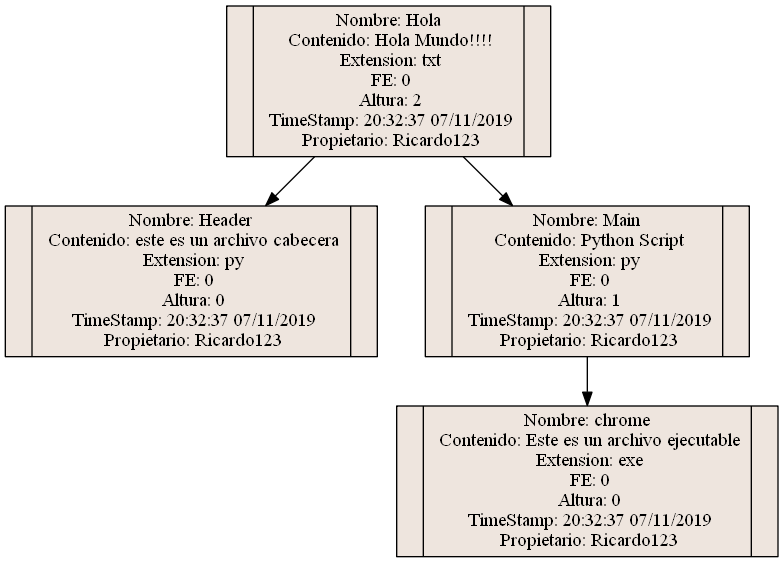
Earlier version of the Graphviz export Proyecto2/Avl.png (Eduardo01004/EDD_2S2019_PY2_201612124). Its source is kept beside it as Proyecto2/Avl.dot.
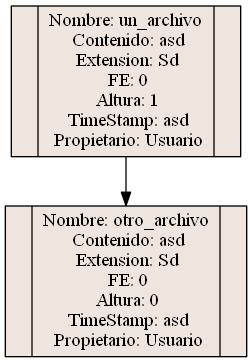
Above is the later version.

Diff of the diagram source:
```diff
@@ -4,11 +4,7 @@
 
 node [shape=record, style=filled,fillcolor=seashell2,width=0.7,height=0.2];
 
-Header[label="<C0>|Nombre: Header&#92;n Contenido: este es un archivo cabecera&#92;n Extension: py&#92;n FE: 0&#92;n Altura: 0&#92;n TimeStamp: 20:32:37 07/11/2019&#92;n Propietario: Ricardo123|<C1>"];
-Hola[label="<C0>|Nombre: Hola&#92;n Contenido: Hola Mundo!!!!&#92;n Extension: txt&#92;n FE: 0&#92;n Altura: 2&#92;n TimeStamp: 20:32:37 07/11/2019&#92;n Propietario: Ricardo123|<C1>"];
-Hola->Main
-Hola->Header
-Main[label="<C0>|Nombre: Main&#92;n Contenido: Python Script&#92;n Extension: py&#92;n FE: 0&#92;n Altura: 1&#92;n TimeStamp: 20:32:37 07/11/2019&#92;n Propietario: Ricardo123|<C1>"];
-Main->chrome
-chrome[label="<C0>|Nombre: chrome&#92;n Contenido: Este es un archivo ejecutable&#92;n Extension: exe&#92;n FE: 0&#92;n Altura: 0&#92;n TimeStamp: 20:32:37 07/11/2019&#92;n Propietario: Ricardo123|<C1>"];
+otro_archivo[label="<C0>|Nombre: otro_archivo&#92;n Contenido: asd&#92;n Extension: Sd&#92;n FE: 0&#92;n Altura: 0&#92;n TimeStamp: asd&#92;n Propietario: Usuario|<C1>"];
+un_archivo[label="<C0>|Nombre: un_archivo&#92;n Contenido: asd&#92;n Extension: Sd&#92;n FE: 0&#92;n Altura: 1&#92;n TimeStamp: asd&#92;n Propietario: Usuario|<C1>"];
+un_archivo->otro_archivo
 }
```
